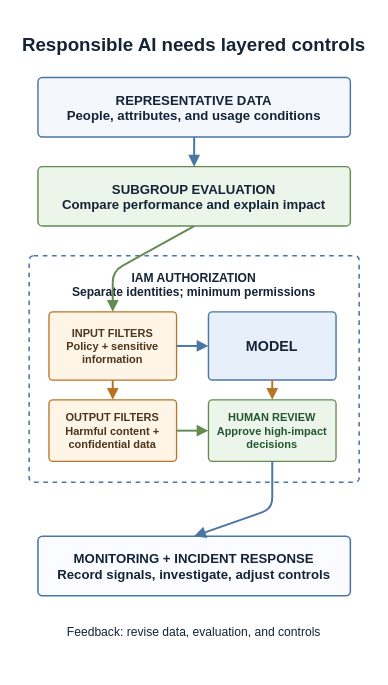
The draw.io diagram src/qualificationLearning/figures-source/aif-c01/aif-responsible-ai-controls.drawio in HiroyukiFuruno/katana-aws-qualification, before the edit. Source tidied: cells renumbered, new cells numbered last; positions are measured from the earlier drawing's top-left corner, leaving out a move shared by most shapes. Both pictures are drawn from the tidied source at 110%, with x=0, y=0 at pixel (18, 18).
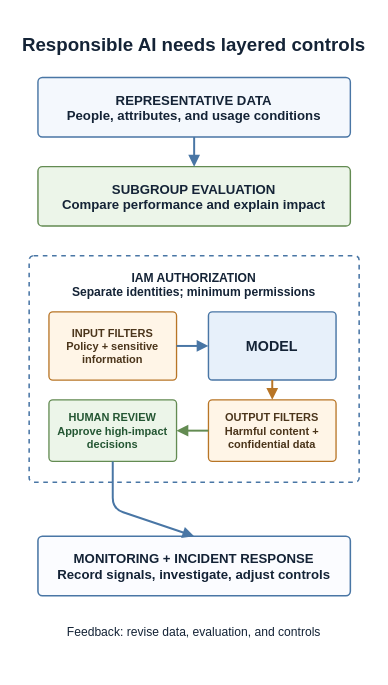
The same page after the edit.

Commit message (it also covers changes not shown here):
fix: 生成結果を出力フィルターから人の確認へつなぐ

Unchanged cells that the change refers to:
```xml
<mxCell id="5" value="SUBGROUP EVALUATION&#10;Compare performance and explain impact" style="rounded=1;arcSize=8;absoluteArcSize=1;html=0;fillColor=#ECF5E9;strokeColor=#638B52;strokeWidth=1.3;align=center;verticalAlign=middle;fontSize=12;fontStyle=1;fontColor=#142336;fontFamily=Arial;" parent="1" vertex="1">
  <mxGeometry x="18" y="135" width="284" height="54" as="geometry" />
</mxCell>
<mxCell id="7" value="INPUT FILTERS&#10;Policy + sensitive&#10;information" style="rounded=1;arcSize=7;absoluteArcSize=1;html=0;fillColor=#FFF5E7;strokeColor=#B87526;strokeWidth=1.2;align=center;verticalAlign=middle;fontSize=10;fontStyle=1;fontColor=#4B351B;fontFamily=Arial;" parent="1" vertex="1">
  <mxGeometry x="28" y="267" width="116" height="62" as="geometry" />
</mxCell>
<mxCell id="8" value="MODEL" style="rounded=1;arcSize=7;absoluteArcSize=1;html=0;fillColor=#E7F0FA;strokeColor=#4976A5;strokeWidth=1.3;align=center;verticalAlign=middle;fontSize=13;fontStyle=1;fontColor=#142336;fontFamily=Arial;" parent="1" vertex="1">
  <mxGeometry x="173" y="267" width="116" height="62" as="geometry" />
</mxCell>
<mxCell id="11" value="MONITORING + INCIDENT RESPONSE&#10;Record signals, investigate, adjust controls" style="rounded=1;arcSize=8;absoluteArcSize=1;html=0;fillColor=#FBFCFF;strokeColor=#4976A5;strokeWidth=1.4;align=center;verticalAlign=middle;fontSize=12;fontStyle=1;fontColor=#142336;fontFamily=Arial;" parent="1" vertex="1">
  <mxGeometry x="18" y="471" width="284" height="54" as="geometry" />
</mxCell>
```

What changed in the source:
```diff
@@
     <mxCell id="9" value="OUTPUT FILTERS&#10;Harmful content +&#10;confidential data" style="rounded=1;arcSize=7;absoluteArcSize=1;html=0;fillColor=#FFF5E7;strokeColor=#B87526;strokeWidth=1.2;align=center;verticalAlign=middle;fontSize=10;fontStyle=1;fontColor=#4B351B;fontFamily=Arial;" parent="1" vertex="1">
-      <mxGeometry x="28" y="347" width="116" height="56" as="geometry" />
+      <mxGeometry x="173" y="347" width="116" height="56" as="geometry" />
     </mxCell>
     <mxCell id="10" value="HUMAN REVIEW&#10;Approve high-impact&#10;decisions" style="rounded=1;arcSize=7;absoluteArcSize=1;html=0;fillColor=#ECF5E9;strokeColor=#638B52;strokeWidth=1.2;align=center;verticalAlign=middle;fontSize=10;fontStyle=1;fontColor=#245633;fontFamily=Arial;" parent="1" vertex="1">
-      <mxGeometry x="173" y="347" width="116" height="56" as="geometry" />
+      <mxGeometry x="28" y="347" width="116" height="56" as="geometry" />
     </mxCell>
@@
-    <mxCell id="14" style="endArrow=block;endFill=1;html=0;strokeColor=#638B52;strokeWidth=1.8;exitX=0.5;exitY=1;entryX=0.5;entryY=0;" parent="1" edge="1" source="5" target="7">
-      <mxGeometry relative="1" as="geometry">
-        <Array as="points">
-          <mxPoint x="86" y="230" />
-        </Array>
-      </mxGeometry>
-    </mxCell>
@@
-    <mxCell id="16" style="endArrow=block;endFill=1;html=0;strokeColor=#B87526;strokeWidth=1.8;exitX=0.5;exitY=1;entryX=0.5;entryY=0;" parent="1" edge="1" source="8" target="10">
+    <mxCell id="16" style="endArrow=block;endFill=1;html=0;strokeColor=#B87526;strokeWidth=1.8;exitX=0.5;exitY=1;entryX=0.5;entryY=0;" parent="1" edge="1" source="8" target="9">
       <mxGeometry relative="1" as="geometry" />
     </mxCell>
-    <mxCell id="17" style="endArrow=block;endFill=1;html=0;strokeColor=#B87526;strokeWidth=1.8;exitX=0.5;exitY=1;entryX=0.5;entryY=0;" parent="1" edge="1" source="7" target="9">
-      <mxGeometry relative="1" as="geometry" />
-    </mxCell>
-    <mxCell id="18" style="endArrow=block;endFill=1;html=0;strokeColor=#638B52;strokeWidth=1.8;exitX=1;exitY=0.5;entryX=0;entryY=0.5;" parent="1" edge="1" source="9" target="10">
+    <mxCell id="18" style="endArrow=block;endFill=1;html=0;strokeColor=#638B52;strokeWidth=1.8;exitX=0;exitY=0.5;entryX=1;entryY=0.5;" parent="1" edge="1" source="9" target="10">
       <mxGeometry relative="1" as="geometry" />
     </mxCell>
     <mxCell id="19" style="endArrow=block;endFill=1;html=0;strokeColor=#4976A5;strokeWidth=1.8;exitX=0.5;exitY=1;entryX=0.5;entryY=0;" parent="1" edge="1" source="10" target="11">
       <mxGeometry relative="1" as="geometry">
         <Array as="points">
-          <mxPoint x="231" y="446" />
+          <mxPoint x="86" y="446" />
         </Array>
       </mxGeometry>
     </mxCell>
```
